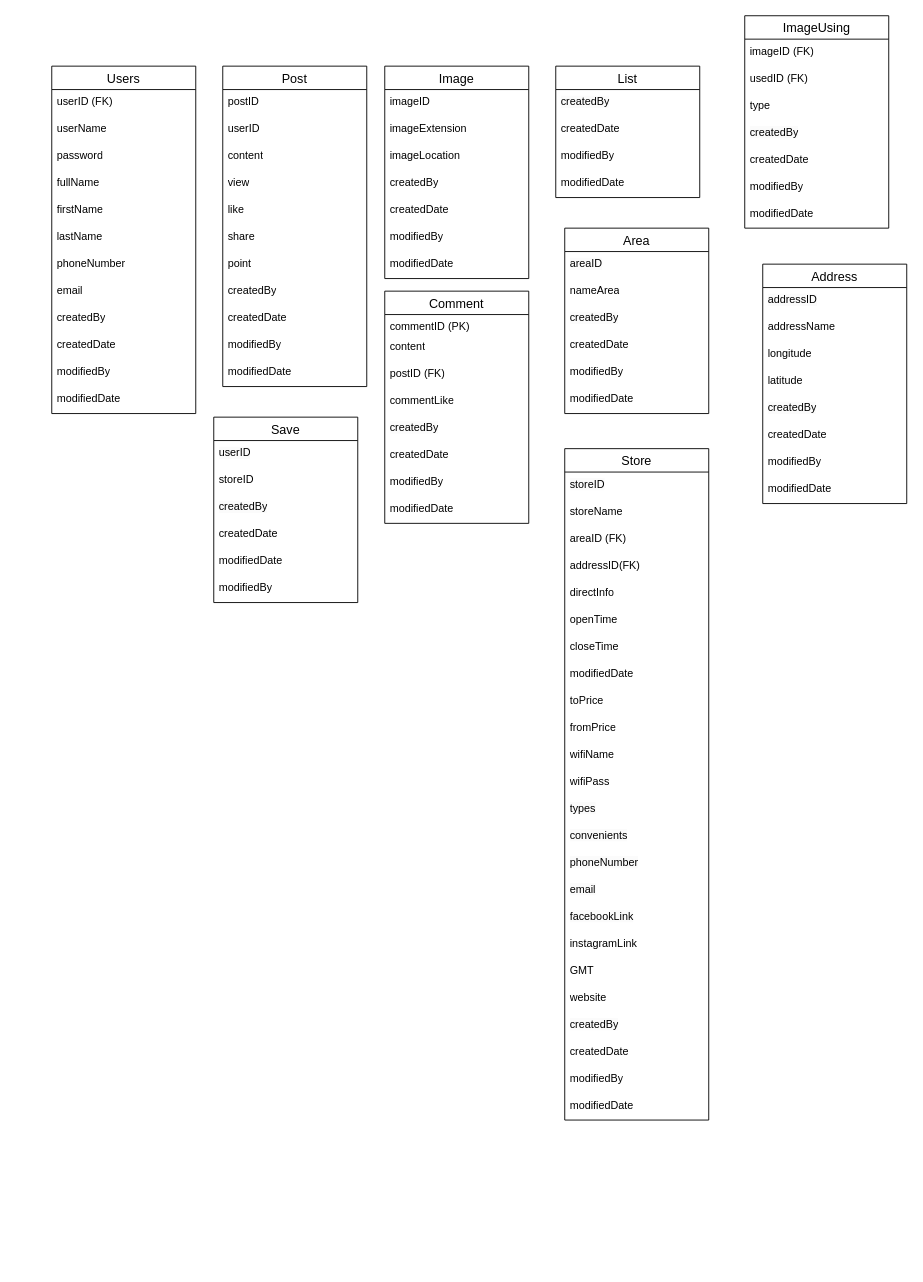
The draw.io diagram Documentations/Database.drawio in MajinBuuNe-Ahihi/DATN, before the edit. Source tidied: cells renumbered, new cells numbered last; positions are measured from the earlier drawing's top-left corner, leaving out a move shared by most shapes. Both pictures are drawn from the tidied source at 90%, with x=0, y=0 at pixel (51, 15).
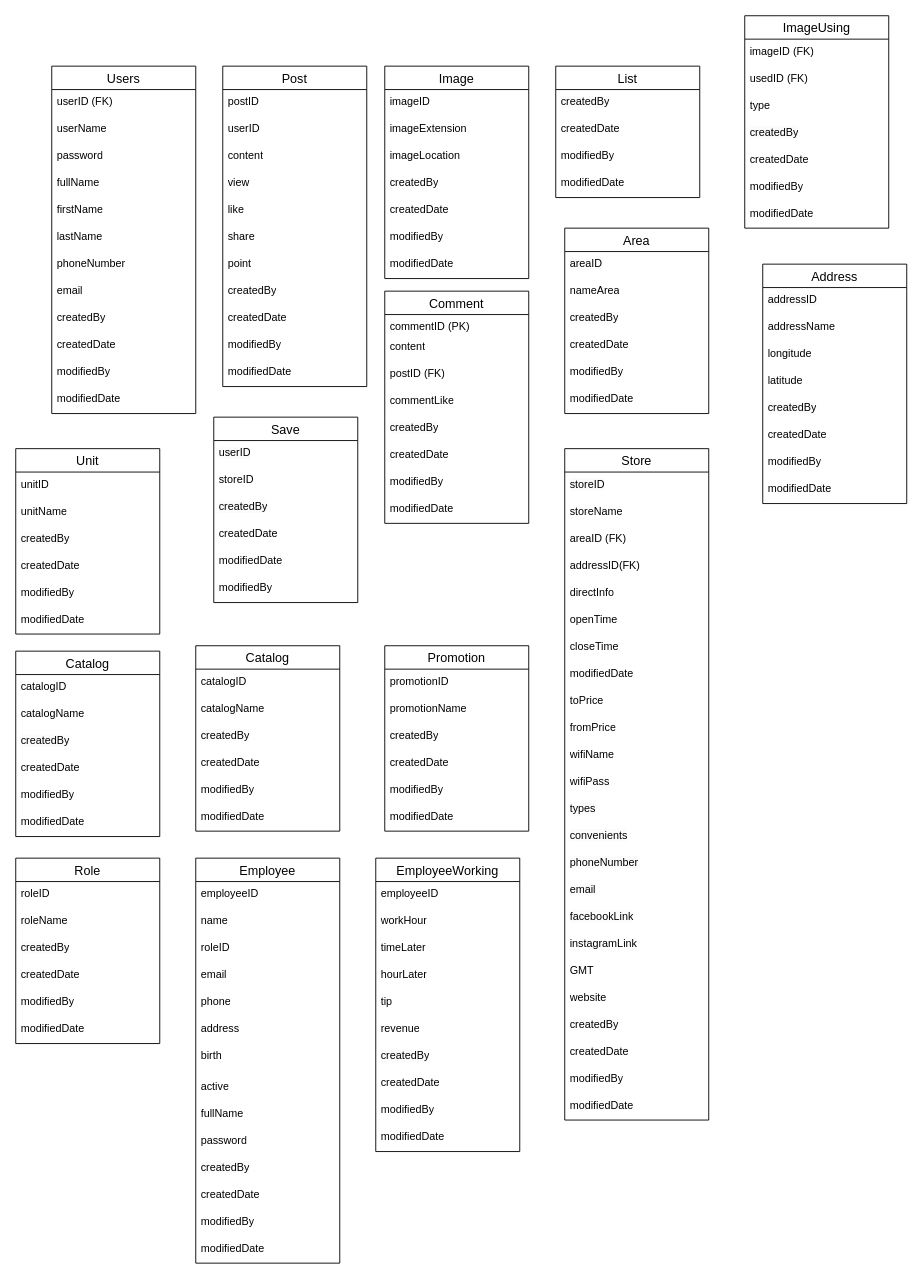
After the change.

Change to the diagram source:
```diff
@@
+    <mxCell id="105" value="Unit" style="swimlane;fontStyle=0;horizontal=1;startSize=26;align=center;fontSize=14;" parent="1" vertex="1">
+      <mxGeometry x="-40" y="481" width="160" height="206" as="geometry" />
+    </mxCell>
+    <mxCell id="106" value="unitID" style="text;strokeColor=none;fillColor=none;spacingLeft=4;spacingRight=4;overflow=hidden;fontSize=12;whiteSpace=wrap;html=1;" parent="105" vertex="1">
+      <mxGeometry y="26" width="160" height="30" as="geometry" />
+    </mxCell>
+    <mxCell id="107" value="unitName&lt;div&gt;&lt;br&gt;&lt;/div&gt;" style="text;strokeColor=none;fillColor=none;spacingLeft=4;spacingRight=4;overflow=hidden;fontSize=12;whiteSpace=wrap;html=1;" parent="105" vertex="1">
+      <mxGeometry y="56" width="160" height="30" as="geometry" />
+    </mxCell>
+    <mxCell id="108" value="&lt;span style=&quot;color: rgb(0, 0, 0); font-family: Helvetica; font-size: 12px; font-style: normal; font-variant-ligatures: normal; font-variant-caps: normal; font-weight: 400; letter-spacing: normal; orphans: 2; text-align: left; text-indent: 0px; text-transform: none; white-space: normal; widows: 2; word-spacing: 0px; -webkit-text-stroke-width: 0px; background-color: rgb(251, 251, 251); text-decoration-thickness: initial; text-decoration-style: initial; text-decoration-color: initial; display: inline !important; float: none;&quot;&gt;createdBy&lt;/span&gt;" style="text;strokeColor=none;fillColor=none;spacingLeft=4;spacingRight=4;overflow=hidden;fontSize=12;whiteSpace=wrap;html=1;" parent="105" vertex="1">
+      <mxGeometry y="86" width="160" height="30" as="geometry" />
+    </mxCell>
+    <mxCell id="109" value="createdDate" style="text;strokeColor=none;fillColor=none;spacingLeft=4;spacingRight=4;overflow=hidden;fontSize=12;whiteSpace=wrap;html=1;" parent="105" vertex="1">
+      <mxGeometry y="116" width="160" height="30" as="geometry" />
+    </mxCell>
+    <mxCell id="110" value="modifiedBy" style="text;strokeColor=none;fillColor=none;spacingLeft=4;spacingRight=4;overflow=hidden;fontSize=12;whiteSpace=wrap;html=1;" parent="105" vertex="1">
+      <mxGeometry y="146" width="160" height="30" as="geometry" />
+    </mxCell>
+    <mxCell id="111" value="modifiedDate" style="text;strokeColor=none;fillColor=none;spacingLeft=4;spacingRight=4;overflow=hidden;fontSize=12;whiteSpace=wrap;html=1;" parent="105" vertex="1">
+      <mxGeometry y="176" width="160" height="30" as="geometry" />
+    </mxCell>
+    <mxCell id="112" value="Catalog" style="swimlane;fontStyle=0;horizontal=1;startSize=26;align=center;fontSize=14;" parent="1" vertex="1">
+      <mxGeometry x="-40" y="706" width="160" height="206" as="geometry" />
+    </mxCell>
+    <mxCell id="113" value="catalogID" style="text;strokeColor=none;fillColor=none;spacingLeft=4;spacingRight=4;overflow=hidden;fontSize=12;whiteSpace=wrap;html=1;" parent="112" vertex="1">
+      <mxGeometry y="26" width="160" height="30" as="geometry" />
+    </mxCell>
+    <mxCell id="114" value="catalogName" style="text;strokeColor=none;fillColor=none;spacingLeft=4;spacingRight=4;overflow=hidden;fontSize=12;whiteSpace=wrap;html=1;" parent="112" vertex="1">
+      <mxGeometry y="56" width="160" height="30" as="geometry" />
+    </mxCell>
+    <mxCell id="115" value="&lt;span style=&quot;color: rgb(0, 0, 0); font-family: Helvetica; font-size: 12px; font-style: normal; font-variant-ligatures: normal; font-variant-caps: normal; font-weight: 400; letter-spacing: normal; orphans: 2; text-align: left; text-indent: 0px; text-transform: none; white-space: normal; widows: 2; word-spacing: 0px; -webkit-text-stroke-width: 0px; background-color: rgb(251, 251, 251); text-decoration-thickness: initial; text-decoration-style: initial; text-decoration-color: initial; display: inline !important; float: none;&quot;&gt;createdBy&lt;/span&gt;" style="text;strokeColor=none;fillColor=none;spacingLeft=4;spacingRight=4;overflow=hidden;fontSize=12;whiteSpace=wrap;html=1;" parent="112" vertex="1">
+      <mxGeometry y="86" width="160" height="30" as="geometry" />
+    </mxCell>
+    <mxCell id="116" value="createdDate" style="text;strokeColor=none;fillColor=none;spacingLeft=4;spacingRight=4;overflow=hidden;fontSize=12;whiteSpace=wrap;html=1;" parent="112" vertex="1">
+      <mxGeometry y="116" width="160" height="30" as="geometry" />
+    </mxCell>
+    <mxCell id="117" value="modifiedBy" style="text;strokeColor=none;fillColor=none;spacingLeft=4;spacingRight=4;overflow=hidden;fontSize=12;whiteSpace=wrap;html=1;" parent="112" vertex="1">
+      <mxGeometry y="146" width="160" height="30" as="geometry" />
+    </mxCell>
+    <mxCell id="118" value="modifiedDate" style="text;strokeColor=none;fillColor=none;spacingLeft=4;spacingRight=4;overflow=hidden;fontSize=12;whiteSpace=wrap;html=1;" parent="112" vertex="1">
+      <mxGeometry y="176" width="160" height="30" as="geometry" />
+    </mxCell>
+    <mxCell id="119" value="Catalog" style="swimlane;fontStyle=0;horizontal=1;startSize=26;align=center;fontSize=14;" parent="1" vertex="1">
+      <mxGeometry x="160" y="700" width="160" height="206" as="geometry" />
+    </mxCell>
+    <mxCell id="120" value="catalogID" style="text;strokeColor=none;fillColor=none;spacingLeft=4;spacingRight=4;overflow=hidden;fontSize=12;whiteSpace=wrap;html=1;" parent="119" vertex="1">
+      <mxGeometry y="26" width="160" height="30" as="geometry" />
+    </mxCell>
+    <mxCell id="121" value="catalogName" style="text;strokeColor=none;fillColor=none;spacingLeft=4;spacingRight=4;overflow=hidden;fontSize=12;whiteSpace=wrap;html=1;" parent="119" vertex="1">
+      <mxGeometry y="56" width="160" height="30" as="geometry" />
+    </mxCell>
+    <mxCell id="122" value="&lt;span style=&quot;color: rgb(0, 0, 0); font-family: Helvetica; font-size: 12px; font-style: normal; font-variant-ligatures: normal; font-variant-caps: normal; font-weight: 400; letter-spacing: normal; orphans: 2; text-align: left; text-indent: 0px; text-transform: none; white-space: normal; widows: 2; word-spacing: 0px; -webkit-text-stroke-width: 0px; background-color: rgb(251, 251, 251); text-decoration-thickness: initial; text-decoration-style: initial; text-decoration-color: initial; display: inline !important; float: none;&quot;&gt;createdBy&lt;/span&gt;" style="text;strokeColor=none;fillColor=none;spacingLeft=4;spacingRight=4;overflow=hidden;fontSize=12;whiteSpace=wrap;html=1;" parent="119" vertex="1">
+      <mxGeometry y="86" width="160" height="30" as="geometry" />
+    </mxCell>
+    <mxCell id="123" value="createdDate" style="text;strokeColor=none;fillColor=none;spacingLeft=4;spacingRight=4;overflow=hidden;fontSize=12;whiteSpace=wrap;html=1;" parent="119" vertex="1">
+      <mxGeometry y="116" width="160" height="30" as="geometry" />
+    </mxCell>
+    <mxCell id="124" value="modifiedBy" style="text;strokeColor=none;fillColor=none;spacingLeft=4;spacingRight=4;overflow=hidden;fontSize=12;whiteSpace=wrap;html=1;" parent="119" vertex="1">
+      <mxGeometry y="146" width="160" height="30" as="geometry" />
+    </mxCell>
+    <mxCell id="125" value="modifiedDate" style="text;strokeColor=none;fillColor=none;spacingLeft=4;spacingRight=4;overflow=hidden;fontSize=12;whiteSpace=wrap;html=1;" parent="119" vertex="1">
+      <mxGeometry y="176" width="160" height="30" as="geometry" />
+    </mxCell>
+    <mxCell id="126" value="Promotion" style="swimlane;fontStyle=0;horizontal=1;startSize=26;align=center;fontSize=14;" parent="1" vertex="1">
+      <mxGeometry x="370" y="700" width="160" height="206" as="geometry" />
+    </mxCell>
+    <mxCell id="127" value="promotionID" style="text;strokeColor=none;fillColor=none;spacingLeft=4;spacingRight=4;overflow=hidden;fontSize=12;whiteSpace=wrap;html=1;" parent="126" vertex="1">
+      <mxGeometry y="26" width="160" height="30" as="geometry" />
+    </mxCell>
+    <mxCell id="128" value="promotionName&lt;div&gt;&lt;br&gt;&lt;/div&gt;" style="text;strokeColor=none;fillColor=none;spacingLeft=4;spacingRight=4;overflow=hidden;fontSize=12;whiteSpace=wrap;html=1;" parent="126" vertex="1">
+      <mxGeometry y="56" width="160" height="30" as="geometry" />
+    </mxCell>
+    <mxCell id="129" value="&lt;span style=&quot;color: rgb(0, 0, 0); font-family: Helvetica; font-size: 12px; font-style: normal; font-variant-ligatures: normal; font-variant-caps: normal; font-weight: 400; letter-spacing: normal; orphans: 2; text-align: left; text-indent: 0px; text-transform: none; white-space: normal; widows: 2; word-spacing: 0px; -webkit-text-stroke-width: 0px; background-color: rgb(251, 251, 251); text-decoration-thickness: initial; text-decoration-style: initial; text-decoration-color: initial; display: inline !important; float: none;&quot;&gt;createdBy&lt;/span&gt;" style="text;strokeColor=none;fillColor=none;spacingLeft=4;spacingRight=4;overflow=hidden;fontSize=12;whiteSpace=wrap;html=1;" parent="126" vertex="1">
+      <mxGeometry y="86" width="160" height="30" as="geometry" />
+    </mxCell>
+    <mxCell id="130" value="createdDate" style="text;strokeColor=none;fillColor=none;spacingLeft=4;spacingRight=4;overflow=hidden;fontSize=12;whiteSpace=wrap;html=1;" parent="126" vertex="1">
+      <mxGeometry y="116" width="160" height="30" as="geometry" />
+    </mxCell>
+    <mxCell id="131" value="modifiedBy" style="text;strokeColor=none;fillColor=none;spacingLeft=4;spacingRight=4;overflow=hidden;fontSize=12;whiteSpace=wrap;html=1;" parent="126" vertex="1">
+      <mxGeometry y="146" width="160" height="30" as="geometry" />
+    </mxCell>
+    <mxCell id="132" value="modifiedDate" style="text;strokeColor=none;fillColor=none;spacingLeft=4;spacingRight=4;overflow=hidden;fontSize=12;whiteSpace=wrap;html=1;" parent="126" vertex="1">
+      <mxGeometry y="176" width="160" height="30" as="geometry" />
+    </mxCell>
+    <mxCell id="133" value="Role" style="swimlane;fontStyle=0;horizontal=1;startSize=26;align=center;fontSize=14;" parent="1" vertex="1">
+      <mxGeometry x="-40" y="936" width="160" height="206" as="geometry" />
+    </mxCell>
+    <mxCell id="134" value="roleID" style="text;strokeColor=none;fillColor=none;spacingLeft=4;spacingRight=4;overflow=hidden;fontSize=12;whiteSpace=wrap;html=1;" parent="133" vertex="1">
+      <mxGeometry y="26" width="160" height="30" as="geometry" />
+    </mxCell>
+    <mxCell id="135" value="roleName" style="text;strokeColor=none;fillColor=none;spacingLeft=4;spacingRight=4;overflow=hidden;fontSize=12;whiteSpace=wrap;html=1;" parent="133" vertex="1">
+      <mxGeometry y="56" width="160" height="30" as="geometry" />
+    </mxCell>
+    <mxCell id="136" value="&lt;span style=&quot;color: rgb(0, 0, 0); font-family: Helvetica; font-size: 12px; font-style: normal; font-variant-ligatures: normal; font-variant-caps: normal; font-weight: 400; letter-spacing: normal; orphans: 2; text-align: left; text-indent: 0px; text-transform: none; white-space: normal; widows: 2; word-spacing: 0px; -webkit-text-stroke-width: 0px; background-color: rgb(251, 251, 251); text-decoration-thickness: initial; text-decoration-style: initial; text-decoration-color: initial; display: inline !important; float: none;&quot;&gt;createdBy&lt;/span&gt;" style="text;strokeColor=none;fillColor=none;spacingLeft=4;spacingRight=4;overflow=hidden;fontSize=12;whiteSpace=wrap;html=1;" parent="133" vertex="1">
+      <mxGeometry y="86" width="160" height="30" as="geometry" />
+    </mxCell>
+    <mxCell id="137" value="createdDate" style="text;strokeColor=none;fillColor=none;spacingLeft=4;spacingRight=4;overflow=hidden;fontSize=12;whiteSpace=wrap;html=1;" parent="133" vertex="1">
+      <mxGeometry y="116" width="160" height="30" as="geometry" />
+    </mxCell>
+    <mxCell id="138" value="modifiedBy" style="text;strokeColor=none;fillColor=none;spacingLeft=4;spacingRight=4;overflow=hidden;fontSize=12;whiteSpace=wrap;html=1;" parent="133" vertex="1">
+      <mxGeometry y="146" width="160" height="30" as="geometry" />
+    </mxCell>
+    <mxCell id="139" value="modifiedDate" style="text;strokeColor=none;fillColor=none;spacingLeft=4;spacingRight=4;overflow=hidden;fontSize=12;whiteSpace=wrap;html=1;" parent="133" vertex="1">
+      <mxGeometry y="176" width="160" height="30" as="geometry" />
+    </mxCell>
+    <mxCell id="140" value="Employee" style="swimlane;fontStyle=0;horizontal=1;startSize=26;align=center;fontSize=14;" parent="1" vertex="1">
+      <mxGeometry x="160" y="936" width="160" height="450" as="geometry" />
+    </mxCell>
+    <mxCell id="141" value="employeeID" style="text;strokeColor=none;fillColor=none;spacingLeft=4;spacingRight=4;overflow=hidden;fontSize=12;whiteSpace=wrap;html=1;" parent="140" vertex="1">
+      <mxGeometry y="26" width="160" height="30" as="geometry" />
+    </mxCell>
+    <mxCell id="142" value="name" style="text;strokeColor=none;fillColor=none;spacingLeft=4;spacingRight=4;overflow=hidden;fontSize=12;whiteSpace=wrap;html=1;" parent="140" vertex="1">
+      <mxGeometry y="56" width="160" height="30" as="geometry" />
+    </mxCell>
+    <mxCell id="143" value="roleID" style="text;strokeColor=none;fillColor=none;spacingLeft=4;spacingRight=4;overflow=hidden;fontSize=12;whiteSpace=wrap;html=1;" parent="140" vertex="1">
+      <mxGeometry y="86" width="160" height="30" as="geometry" />
+    </mxCell>
+    <mxCell id="144" value="email" style="text;strokeColor=none;fillColor=none;spacingLeft=4;spacingRight=4;overflow=hidden;fontSize=12;whiteSpace=wrap;html=1;" parent="140" vertex="1">
+      <mxGeometry y="116" width="160" height="30" as="geometry" />
+    </mxCell>
+    <mxCell id="145" value="phone" style="text;strokeColor=none;fillColor=none;spacingLeft=4;spacingRight=4;overflow=hidden;fontSize=12;whiteSpace=wrap;html=1;" parent="140" vertex="1">
+      <mxGeometry y="146" width="160" height="30" as="geometry" />
+    </mxCell>
+    <mxCell id="146" value="address" style="text;strokeColor=none;fillColor=none;spacingLeft=4;spacingRight=4;overflow=hidden;fontSize=12;whiteSpace=wrap;html=1;" parent="140" vertex="1">
+      <mxGeometry y="176" width="160" height="30" as="geometry" />
+    </mxCell>
+    <mxCell id="147" value="birth" style="text;strokeColor=none;fillColor=none;spacingLeft=4;spacingRight=4;overflow=hidden;fontSize=12;whiteSpace=wrap;html=1;" parent="140" vertex="1">
+      <mxGeometry y="206" width="160" height="34" as="geometry" />
+    </mxCell>
+    <mxCell id="148" value="active" style="text;strokeColor=none;fillColor=none;spacingLeft=4;spacingRight=4;overflow=hidden;fontSize=12;whiteSpace=wrap;html=1;" parent="140" vertex="1">
+      <mxGeometry y="240" width="160" height="30" as="geometry" />
+    </mxCell>
+    <mxCell id="149" value="fullName" style="text;strokeColor=none;fillColor=none;spacingLeft=4;spacingRight=4;overflow=hidden;fontSize=12;whiteSpace=wrap;html=1;" parent="140" vertex="1">
+      <mxGeometry y="270" width="160" height="30" as="geometry" />
+    </mxCell>
+    <mxCell id="150" value="password" style="text;strokeColor=none;fillColor=none;spacingLeft=4;spacingRight=4;overflow=hidden;fontSize=12;whiteSpace=wrap;html=1;" parent="140" vertex="1">
+      <mxGeometry y="300" width="160" height="30" as="geometry" />
+    </mxCell>
+    <mxCell id="151" value="&lt;span style=&quot;color: rgb(0, 0, 0); font-family: Helvetica; font-size: 12px; font-style: normal; font-variant-ligatures: normal; font-variant-caps: normal; font-weight: 400; letter-spacing: normal; orphans: 2; text-align: left; text-indent: 0px; text-transform: none; white-space: normal; widows: 2; word-spacing: 0px; -webkit-text-stroke-width: 0px; background-color: rgb(251, 251, 251); text-decoration-thickness: initial; text-decoration-style: initial; text-decoration-color: initial; display: inline !important; float: none;&quot;&gt;createdBy&lt;/span&gt;" style="text;strokeColor=none;fillColor=none;spacingLeft=4;spacingRight=4;overflow=hidden;fontSize=12;whiteSpace=wrap;html=1;" parent="140" vertex="1">
+      <mxGeometry y="330" width="160" height="30" as="geometry" />
+    </mxCell>
+    <mxCell id="152" value="createdDate" style="text;strokeColor=none;fillColor=none;spacingLeft=4;spacingRight=4;overflow=hidden;fontSize=12;whiteSpace=wrap;html=1;" parent="140" vertex="1">
+      <mxGeometry y="360" width="160" height="30" as="geometry" />
+    </mxCell>
+    <mxCell id="153" value="modifiedBy" style="text;strokeColor=none;fillColor=none;spacingLeft=4;spacingRight=4;overflow=hidden;fontSize=12;whiteSpace=wrap;html=1;" parent="140" vertex="1">
+      <mxGeometry y="390" width="160" height="30" as="geometry" />
+    </mxCell>
+    <mxCell id="154" value="modifiedDate" style="text;strokeColor=none;fillColor=none;spacingLeft=4;spacingRight=4;overflow=hidden;fontSize=12;whiteSpace=wrap;html=1;" parent="140" vertex="1">
+      <mxGeometry y="420" width="160" height="30" as="geometry" />
+    </mxCell>
+    <mxCell id="155" value="EmployeeWorking" style="swimlane;fontStyle=0;horizontal=1;startSize=26;align=center;fontSize=14;" parent="1" vertex="1">
+      <mxGeometry x="360" y="936" width="160" height="326" as="geometry" />
+    </mxCell>
+    <mxCell id="156" value="employeeID" style="text;strokeColor=none;fillColor=none;spacingLeft=4;spacingRight=4;overflow=hidden;fontSize=12;whiteSpace=wrap;html=1;" parent="155" vertex="1">
+      <mxGeometry y="26" width="160" height="30" as="geometry" />
+    </mxCell>
+    <mxCell id="157" value="workHour" style="text;strokeColor=none;fillColor=none;spacingLeft=4;spacingRight=4;overflow=hidden;fontSize=12;whiteSpace=wrap;html=1;" parent="155" vertex="1">
+      <mxGeometry y="56" width="160" height="30" as="geometry" />
+    </mxCell>
+    <mxCell id="158" value="timeLater" style="text;strokeColor=none;fillColor=none;spacingLeft=4;spacingRight=4;overflow=hidden;fontSize=12;whiteSpace=wrap;html=1;" parent="155" vertex="1">
+      <mxGeometry y="86" width="160" height="30" as="geometry" />
+    </mxCell>
+    <mxCell id="159" value="hourLater" style="text;strokeColor=none;fillColor=none;spacingLeft=4;spacingRight=4;overflow=hidden;fontSize=12;whiteSpace=wrap;html=1;" parent="155" vertex="1">
+      <mxGeometry y="116" width="160" height="30" as="geometry" />
+    </mxCell>
+    <mxCell id="160" value="tip" style="text;strokeColor=none;fillColor=none;spacingLeft=4;spacingRight=4;overflow=hidden;fontSize=12;whiteSpace=wrap;html=1;" parent="155" vertex="1">
+      <mxGeometry y="146" width="160" height="30" as="geometry" />
+    </mxCell>
+    <mxCell id="161" value="revenue" style="text;strokeColor=none;fillColor=none;spacingLeft=4;spacingRight=4;overflow=hidden;fontSize=12;whiteSpace=wrap;html=1;" parent="155" vertex="1">
+      <mxGeometry y="176" width="160" height="30" as="geometry" />
+    </mxCell>
+    <mxCell id="162" value="&lt;span style=&quot;color: rgb(0, 0, 0); font-family: Helvetica; font-size: 12px; font-style: normal; font-variant-ligatures: normal; font-variant-caps: normal; font-weight: 400; letter-spacing: normal; orphans: 2; text-align: left; text-indent: 0px; text-transform: none; white-space: normal; widows: 2; word-spacing: 0px; -webkit-text-stroke-width: 0px; background-color: rgb(251, 251, 251); text-decoration-thickness: initial; text-decoration-style: initial; text-decoration-color: initial; display: inline !important; float: none;&quot;&gt;createdBy&lt;/span&gt;" style="text;strokeColor=none;fillColor=none;spacingLeft=4;spacingRight=4;overflow=hidden;fontSize=12;whiteSpace=wrap;html=1;" parent="155" vertex="1">
+      <mxGeometry y="206" width="160" height="30" as="geometry" />
+    </mxCell>
+    <mxCell id="163" value="createdDate" style="text;strokeColor=none;fillColor=none;spacingLeft=4;spacingRight=4;overflow=hidden;fontSize=12;whiteSpace=wrap;html=1;" parent="155" vertex="1">
+      <mxGeometry y="236" width="160" height="30" as="geometry" />
+    </mxCell>
+    <mxCell id="164" value="modifiedBy" style="text;strokeColor=none;fillColor=none;spacingLeft=4;spacingRight=4;overflow=hidden;fontSize=12;whiteSpace=wrap;html=1;" parent="155" vertex="1">
+      <mxGeometry y="266" width="160" height="30" as="geometry" />
+    </mxCell>
+    <mxCell id="165" value="modifiedDate" style="text;strokeColor=none;fillColor=none;spacingLeft=4;spacingRight=4;overflow=hidden;fontSize=12;whiteSpace=wrap;html=1;" parent="155" vertex="1">
+      <mxGeometry y="296" width="160" height="30" as="geometry" />
+    </mxCell>
```
